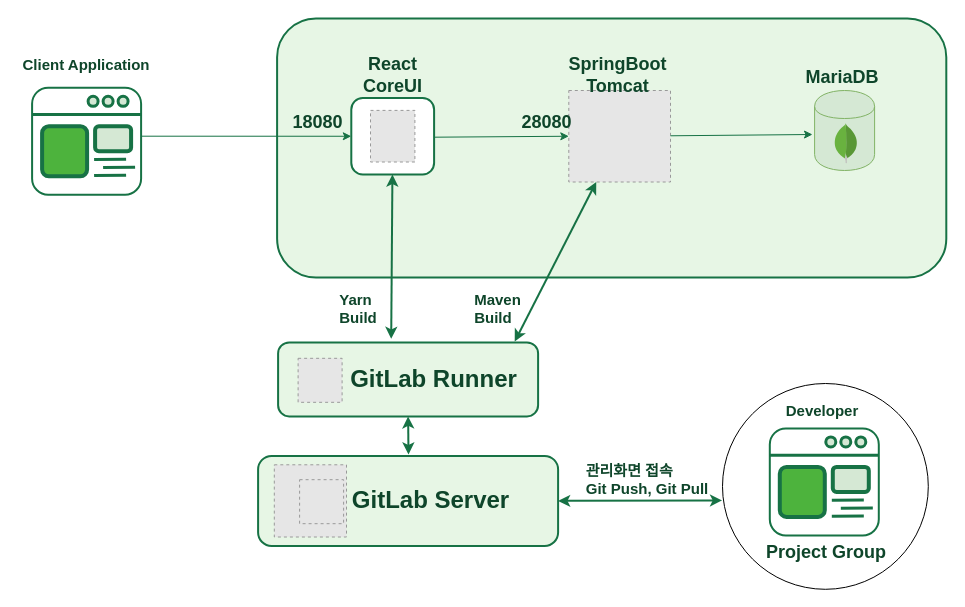
This is page "보안팀개발 아키텍처" (15 of 16) of Untitled Diagram.drawio from nodeman/Kubernetes, a draw.io file, before an edit. Source tidied: cells renumbered, new cells numbered last; positions are measured from the earlier drawing's top-left corner, leaving out a move shared by most shapes. Both pictures are drawn from the tidied source at 100%, with x=0, y=0 at pixel (16, 18). Pictures stored in the file or linked from it are replaced by grey dashed boxes.
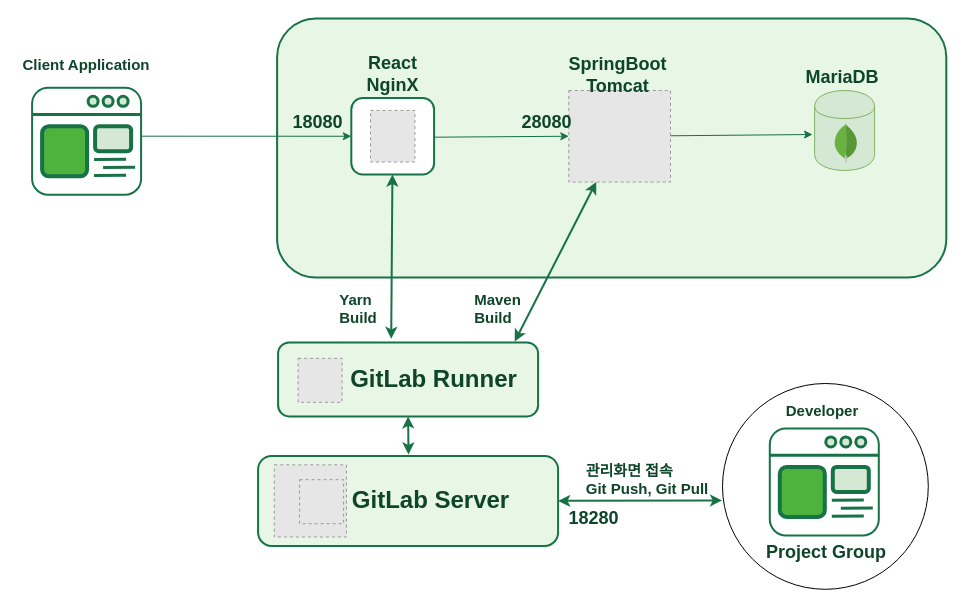
The same page after the edit.

Change to the diagram source:
```diff
@@
-    <mxCell id="35" value="&lt;span style=&quot;font-size: 18px;&quot;&gt;React CoreUI&lt;/span&gt;" style="text;html=1;strokeColor=none;fillColor=none;align=center;verticalAlign=middle;whiteSpace=wrap;rounded=0;fontFamily=Quicksand;FType=g;fontStyle=1;fontSize=15;fontColor=#0E452A;" parent="1" vertex="1">
-      <mxGeometry x="336.7" y="46.6" width="79" height="20" as="geometry" />
+    <mxCell id="35" value="&lt;span style=&quot;font-size: 18px;&quot;&gt;React&lt;br&gt;NginX&lt;br&gt;&lt;/span&gt;" style="text;html=1;strokeColor=none;fillColor=none;align=center;verticalAlign=middle;whiteSpace=wrap;rounded=0;fontFamily=Quicksand;FType=g;fontStyle=1;fontSize=15;fontColor=#0E452A;" parent="1" vertex="1">
+      <mxGeometry x="336.7" y="45.6" width="79" height="20" as="geometry" />
     </mxCell>
@@
+    <mxCell id="57" value="&lt;span style=&quot;font-size: 18px;&quot;&gt;18280&lt;/span&gt;" style="text;html=1;strokeColor=none;fillColor=none;align=center;verticalAlign=middle;whiteSpace=wrap;rounded=0;fontFamily=Quicksand;FType=g;fontStyle=1;fontSize=15;fontColor=#0E452A;" parent="1" vertex="1">
+      <mxGeometry x="541.6" y="492.4" width="70.5" height="15.2" as="geometry" />
+    </mxCell>
```
